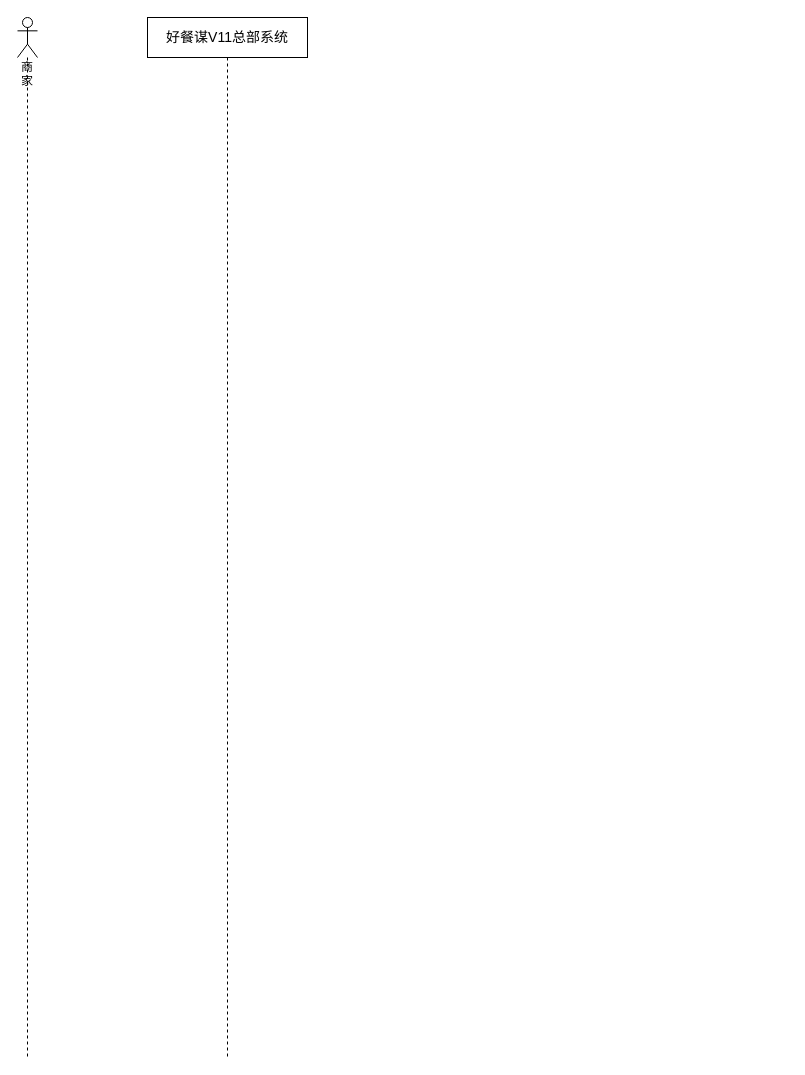
This is Kemai/好餐谋V11启用扫码点餐流程图.drawio from noobwu/diagrams, a draw.io file, before an edit. Source tidied: cells renumbered, new cells numbered last; positions are measured from the earlier drawing's top-left corner, leaving out a move shared by most shapes. Both pictures are drawn from the tidied source at 100%, with x=0, y=0 at pixel (17, 17).
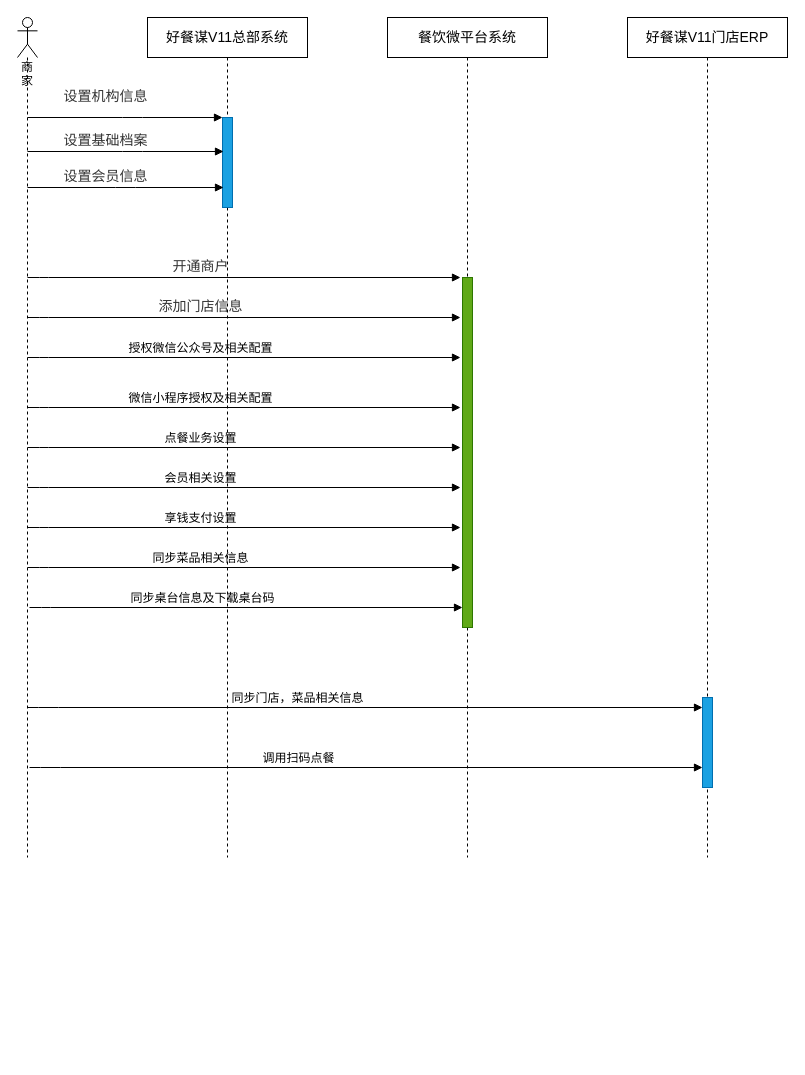
Above is the later version.

Commit message:
更新好餐谋V11启用扫码点餐流程图.drawio

What changed in the source:
```diff
@@
     <mxCell id="2" value="商家" style="shape=umlLifeline;participant=umlActor;perimeter=lifelinePerimeter;whiteSpace=wrap;html=1;verticalAlign=top;spacingTop=36;rounded=0;sketch=0;" parent="1" vertex="1">
-      <mxGeometry width="20" height="1040" as="geometry" />
+      <mxGeometry width="20" height="840" as="geometry" />
     </mxCell>
     <mxCell id="3" value="&lt;span style=&quot;font-size: 14px&quot;&gt;好餐谋V11总部系统&lt;/span&gt;" style="shape=umlLifeline;perimeter=lifelinePerimeter;whiteSpace=wrap;html=1;" parent="1" vertex="1">
-      <mxGeometry x="130" width="160" height="1040" as="geometry" />
+      <mxGeometry x="130" width="160" height="840" as="geometry" />
     </mxCell>
+    <mxCell id="4" style="html=1;perimeter=orthogonalPerimeter;fillColor=#1ba1e2;strokeColor=#006EAF;fontColor=#ffffff;" parent="3" vertex="1">
+      <mxGeometry x="75" y="100" width="10" height="90" as="geometry" />
+    </mxCell>
+    <mxCell id="5" value="&lt;div style=&quot;text-align: left&quot;&gt;&lt;div class=&quot;lake-content&quot;&gt;&lt;div class=&quot;lake-content&quot;&gt;&lt;div class=&quot;lake-content&quot;&gt;&lt;span class=&quot;ne-text&quot;&gt;同步桌台信息及下载桌台码&lt;/span&gt;&lt;/div&gt;&lt;/div&gt;&lt;/div&gt;&lt;/div&gt;" style="html=1;verticalAlign=bottom;endArrow=block;labelBackgroundColor=none;fontFamily=Verdana;fontSize=12;edgeStyle=elbowEdgeStyle;elbow=vertical;" parent="3" edge="1">
+      <mxGeometry x="-0.2" relative="1" as="geometry">
+        <mxPoint x="-118" y="590" as="sourcePoint" />
+        <mxPoint x="315" y="590" as="targetPoint" />
+        <Array as="points">
+          <mxPoint x="-107" y="590" />
+        </Array>
+      </mxGeometry>
+    </mxCell>
+    <mxCell id="6" value="&lt;span style=&quot;font-size: 14px&quot;&gt;餐饮微平台系统&lt;/span&gt;" style="shape=umlLifeline;perimeter=lifelinePerimeter;whiteSpace=wrap;html=1;" parent="1" vertex="1">
+      <mxGeometry x="370" width="160" height="840" as="geometry" />
+    </mxCell>
+    <mxCell id="7" style="html=1;perimeter=orthogonalPerimeter;fillColor=#60a917;strokeColor=#2D7600;fontColor=#ffffff;" parent="6" vertex="1">
+      <mxGeometry x="75" y="260" width="10" height="350" as="geometry" />
+    </mxCell>
+    <mxCell id="8" value="&lt;span style=&quot;font-size: 14px&quot;&gt;好餐谋V11门店ERP&lt;/span&gt;" style="shape=umlLifeline;perimeter=lifelinePerimeter;whiteSpace=wrap;html=1;" parent="1" vertex="1">
+      <mxGeometry x="610" width="160" height="840" as="geometry" />
+    </mxCell>
+    <mxCell id="9" style="html=1;perimeter=orthogonalPerimeter;fillColor=#1ba1e2;strokeColor=#006EAF;fontColor=#ffffff;" parent="8" vertex="1">
+      <mxGeometry x="75" y="680" width="10" height="90" as="geometry" />
+    </mxCell>
+    <mxCell id="10" value="&lt;div style=&quot;text-align: left&quot;&gt;&lt;font color=&quot;#333333&quot;&gt;&lt;span style=&quot;font-size: 14px&quot;&gt;设置机构信息&lt;/span&gt;&lt;/font&gt;&lt;/div&gt;" style="html=1;verticalAlign=bottom;endArrow=block;labelBackgroundColor=none;fontFamily=Verdana;fontSize=12;edgeStyle=elbowEdgeStyle;elbow=vertical;" parent="1" edge="1">
+      <mxGeometry x="-0.2" y="10" relative="1" as="geometry">
+        <mxPoint x="10" y="100" as="sourcePoint" />
+        <mxPoint x="205" y="100" as="targetPoint" />
+        <Array as="points">
+          <mxPoint x="115" y="100" />
+        </Array>
+      </mxGeometry>
+    </mxCell>
+    <mxCell id="11" value="&lt;div style=&quot;text-align: left&quot;&gt;&lt;font color=&quot;#333333&quot;&gt;&lt;span style=&quot;font-size: 14px&quot;&gt;设置基础档案&lt;/span&gt;&lt;/font&gt;&lt;/div&gt;" style="html=1;verticalAlign=bottom;endArrow=block;labelBackgroundColor=none;fontFamily=Verdana;fontSize=12;edgeStyle=elbowEdgeStyle;elbow=vertical;" parent="1" edge="1">
+      <mxGeometry x="-0.2" relative="1" as="geometry">
+        <mxPoint x="10" y="134" as="sourcePoint" />
+        <mxPoint x="206" y="134" as="targetPoint" />
+        <Array as="points">
+          <mxPoint x="115" y="134" />
+        </Array>
+      </mxGeometry>
+    </mxCell>
+    <mxCell id="12" value="&lt;div style=&quot;text-align: left&quot;&gt;&lt;font color=&quot;#333333&quot;&gt;&lt;span style=&quot;font-size: 14px&quot;&gt;设置会员信息&lt;/span&gt;&lt;/font&gt;&lt;/div&gt;" style="html=1;verticalAlign=bottom;endArrow=block;labelBackgroundColor=none;fontFamily=Verdana;fontSize=12;edgeStyle=elbowEdgeStyle;elbow=vertical;" parent="1" edge="1">
+      <mxGeometry x="-0.2" relative="1" as="geometry">
+        <mxPoint x="10" y="170" as="sourcePoint" />
+        <mxPoint x="206" y="170" as="targetPoint" />
+      </mxGeometry>
+    </mxCell>
+    <mxCell id="13" value="&lt;div style=&quot;text-align: left&quot;&gt;&lt;font color=&quot;#333333&quot;&gt;&lt;span style=&quot;font-size: 14px&quot;&gt;开通商户&lt;/span&gt;&lt;/font&gt;&lt;/div&gt;" style="html=1;verticalAlign=bottom;endArrow=block;labelBackgroundColor=none;fontFamily=Verdana;fontSize=12;edgeStyle=elbowEdgeStyle;elbow=vertical;" parent="1" edge="1">
+      <mxGeometry x="-0.2" relative="1" as="geometry">
+        <mxPoint x="10" y="260" as="sourcePoint" />
+        <mxPoint x="443" y="260" as="targetPoint" />
+        <Array as="points">
+          <mxPoint x="21" y="260" />
+        </Array>
+      </mxGeometry>
+    </mxCell>
+    <mxCell id="14" value="&lt;div style=&quot;text-align: left&quot;&gt;&lt;div class=&quot;lake-content&quot;&gt;&lt;span class=&quot;ne-text&quot;&gt;授权微信公众号及相关配置&lt;/span&gt;&lt;/div&gt;&lt;/div&gt;" style="html=1;verticalAlign=bottom;endArrow=block;labelBackgroundColor=none;fontFamily=Verdana;fontSize=12;edgeStyle=elbowEdgeStyle;elbow=vertical;" parent="1" edge="1">
+      <mxGeometry x="-0.2" relative="1" as="geometry">
+        <mxPoint x="10" y="340" as="sourcePoint" />
+        <mxPoint x="443" y="340" as="targetPoint" />
+        <Array as="points">
+          <mxPoint x="21" y="340" />
+        </Array>
+      </mxGeometry>
+    </mxCell>
+    <mxCell id="15" value="&lt;div style=&quot;text-align: left&quot;&gt;&lt;div class=&quot;lake-content&quot;&gt;&lt;div class=&quot;lake-content&quot;&gt;&lt;span class=&quot;ne-text&quot;&gt;微信小程序授权及相关配置&lt;/span&gt;&lt;/div&gt;&lt;/div&gt;&lt;/div&gt;" style="html=1;verticalAlign=bottom;endArrow=block;labelBackgroundColor=none;fontFamily=Verdana;fontSize=12;edgeStyle=elbowEdgeStyle;elbow=vertical;" parent="1" edge="1">
+      <mxGeometry x="-0.2" relative="1" as="geometry">
+        <mxPoint x="10" y="390" as="sourcePoint" />
+        <mxPoint x="443" y="390" as="targetPoint" />
+        <Array as="points">
+          <mxPoint x="21" y="390" />
+        </Array>
+      </mxGeometry>
+    </mxCell>
+    <mxCell id="16" value="&lt;div style=&quot;text-align: left&quot;&gt;&lt;font color=&quot;#333333&quot;&gt;&lt;span style=&quot;font-size: 14px&quot;&gt;添加门店信息&lt;/span&gt;&lt;/font&gt;&lt;/div&gt;" style="html=1;verticalAlign=bottom;endArrow=block;labelBackgroundColor=none;fontFamily=Verdana;fontSize=12;edgeStyle=elbowEdgeStyle;elbow=vertical;" parent="1" edge="1">
+      <mxGeometry x="-0.2" relative="1" as="geometry">
+        <mxPoint x="10" y="300" as="sourcePoint" />
+        <mxPoint x="443" y="300" as="targetPoint" />
+        <Array as="points">
+          <mxPoint x="21" y="300" />
+        </Array>
+      </mxGeometry>
+    </mxCell>
+    <mxCell id="17" value="&lt;div style=&quot;text-align: left&quot;&gt;&lt;div class=&quot;lake-content&quot;&gt;&lt;div class=&quot;lake-content&quot;&gt;点餐业务设置&lt;/div&gt;&lt;/div&gt;&lt;/div&gt;" style="html=1;verticalAlign=bottom;endArrow=block;labelBackgroundColor=none;fontFamily=Verdana;fontSize=12;edgeStyle=elbowEdgeStyle;elbow=vertical;" parent="1" edge="1">
+      <mxGeometry x="-0.2" relative="1" as="geometry">
+        <mxPoint x="10" y="430" as="sourcePoint" />
+        <mxPoint x="443" y="430" as="targetPoint" />
+        <Array as="points">
+          <mxPoint x="21" y="430" />
+        </Array>
+      </mxGeometry>
+    </mxCell>
+    <mxCell id="18" value="&lt;div style=&quot;text-align: left&quot;&gt;&lt;div class=&quot;lake-content&quot;&gt;&lt;div class=&quot;lake-content&quot;&gt;会员相关设置&lt;/div&gt;&lt;/div&gt;&lt;/div&gt;" style="html=1;verticalAlign=bottom;endArrow=block;labelBackgroundColor=none;fontFamily=Verdana;fontSize=12;edgeStyle=elbowEdgeStyle;elbow=vertical;" parent="1" edge="1">
+      <mxGeometry x="-0.2" relative="1" as="geometry">
+        <mxPoint x="10" y="470" as="sourcePoint" />
+        <mxPoint x="443" y="470" as="targetPoint" />
+        <Array as="points">
+          <mxPoint x="21" y="470" />
+        </Array>
+      </mxGeometry>
+    </mxCell>
+    <mxCell id="19" value="&lt;div style=&quot;text-align: left&quot;&gt;&lt;div class=&quot;lake-content&quot;&gt;&lt;div class=&quot;lake-content&quot;&gt;享钱支付设置&lt;/div&gt;&lt;/div&gt;&lt;/div&gt;" style="html=1;verticalAlign=bottom;endArrow=block;labelBackgroundColor=none;fontFamily=Verdana;fontSize=12;edgeStyle=elbowEdgeStyle;elbow=vertical;" parent="1" edge="1">
+      <mxGeometry x="-0.2" relative="1" as="geometry">
+        <mxPoint x="10" y="510" as="sourcePoint" />
+        <mxPoint x="443" y="510" as="targetPoint" />
+        <Array as="points">
+          <mxPoint x="21" y="510" />
+        </Array>
+      </mxGeometry>
+    </mxCell>
+    <mxCell id="20" value="&lt;div style=&quot;text-align: left&quot;&gt;&lt;div class=&quot;lake-content&quot;&gt;&lt;div class=&quot;lake-content&quot;&gt;同步菜品相关信息&lt;/div&gt;&lt;/div&gt;&lt;/div&gt;" style="html=1;verticalAlign=bottom;endArrow=block;labelBackgroundColor=none;fontFamily=Verdana;fontSize=12;edgeStyle=elbowEdgeStyle;elbow=vertical;" parent="1" edge="1">
+      <mxGeometry x="-0.2" relative="1" as="geometry">
+        <mxPoint x="10" y="550" as="sourcePoint" />
+        <mxPoint x="443" y="550" as="targetPoint" />
+        <Array as="points">
+          <mxPoint x="21" y="550" />
+        </Array>
+      </mxGeometry>
+    </mxCell>
+    <mxCell id="21" value="&lt;div style=&quot;text-align: left&quot;&gt;&lt;div class=&quot;lake-content&quot;&gt;&lt;div class=&quot;lake-content&quot;&gt;&lt;div class=&quot;lake-content&quot;&gt;同步门店，菜品相关信息&lt;/div&gt;&lt;/div&gt;&lt;/div&gt;&lt;/div&gt;" style="html=1;verticalAlign=bottom;endArrow=block;labelBackgroundColor=none;fontFamily=Verdana;fontSize=12;edgeStyle=elbowEdgeStyle;elbow=vertical;" parent="1" edge="1">
+      <mxGeometry x="-0.2" relative="1" as="geometry">
+        <mxPoint x="10" y="690" as="sourcePoint" />
+        <mxPoint x="685" y="690" as="targetPoint" />
+        <Array as="points">
+          <mxPoint x="31" y="690" />
+        </Array>
+      </mxGeometry>
+    </mxCell>
+    <mxCell id="22" value="&lt;div style=&quot;text-align: left&quot;&gt;&lt;div class=&quot;lake-content&quot;&gt;&lt;div class=&quot;lake-content&quot;&gt;&lt;div class=&quot;lake-content&quot;&gt;调用扫码点餐&lt;/div&gt;&lt;/div&gt;&lt;/div&gt;&lt;/div&gt;" style="html=1;verticalAlign=bottom;endArrow=block;labelBackgroundColor=none;fontFamily=Verdana;fontSize=12;edgeStyle=elbowEdgeStyle;elbow=vertical;" parent="1" edge="1">
+      <mxGeometry x="-0.2" relative="1" as="geometry">
+        <mxPoint x="12" y="750" as="sourcePoint" />
+        <mxPoint x="685" y="750" as="targetPoint" />
+        <Array as="points">
+          <mxPoint x="33" y="750" />
+        </Array>
+      </mxGeometry>
+    </mxCell>
```
